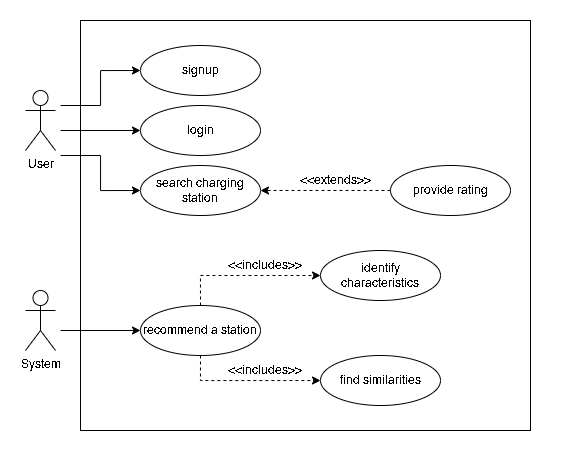
This is documentations/resources/use-case.drawio.png from abhinnaojha013/EVCSRecommendation, a draw.io export, as it was before one commit. Source tidied: cells renumbered, new cells last; positions are measured from the earlier drawing's top-left corner, leaving out a move shared by most shapes.
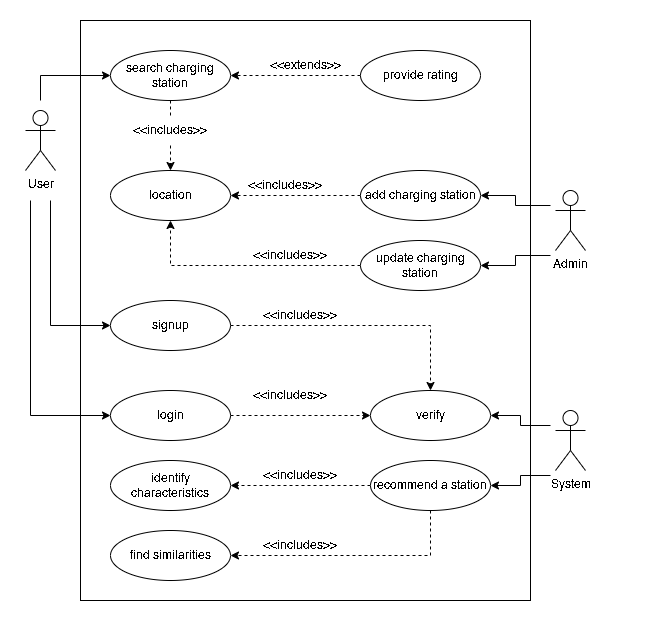
Later version of the same file.

Diff of the diagram source:
```diff
@@ -2,20 +2,26 @@
   <root>
     <mxCell id="0" />
     <mxCell id="1" parent="0" />
-    <mxCell id="2" style="rounded=0;whiteSpace=wrap;html=1;strokeColor=none;" parent="1" vertex="1">
-      <mxGeometry width="560" height="450" as="geometry" />
+    <mxCell id="2" style="rounded=0;whiteSpace=wrap;html=1;strokeColor=none;dashed=1;" parent="1" vertex="1">
+      <mxGeometry width="650" height="620" as="geometry" />
     </mxCell>
     <mxCell id="3" style="rounded=0;whiteSpace=wrap;html=1;" parent="1" vertex="1">
-      <mxGeometry x="80" y="20" width="450" height="410" as="geometry" />
+      <mxGeometry x="80" y="20" width="450" height="580" as="geometry" />
     </mxCell>
+    <mxCell id="27" style="edgeStyle=orthogonalEdgeStyle;rounded=0;jettySize=auto;html=1;exitX=1;exitY=0.5;exitDx=0;exitDy=0;entryX=0;entryY=0.5;entryDx=0;entryDy=0;dashed=1;" parent="1" edge="1" source="4" target="37">
+      <mxGeometry relative="1" as="geometry" />
+    </mxCell>
     <mxCell id="4" value="login" style="ellipse;whiteSpace=wrap;html=1;" parent="1" vertex="1">
-      <mxGeometry x="140" y="105" width="120" height="50" as="geometry" />
+      <mxGeometry x="110" y="390" width="120" height="50" as="geometry" />
     </mxCell>
+    <mxCell id="28" style="edgeStyle=orthogonalEdgeStyle;rounded=0;jettySize=auto;html=1;exitX=1;exitY=0.5;exitDx=0;exitDy=0;entryX=0.5;entryY=0;entryDx=0;entryDy=0;dashed=1;" parent="1" edge="1" source="5" target="37">
+      <mxGeometry relative="1" as="geometry" />
+    </mxCell>
     <mxCell id="5" value="signup" style="ellipse;whiteSpace=wrap;html=1;" parent="1" vertex="1">
-      <mxGeometry x="140" y="45" width="120" height="50" as="geometry" />
+      <mxGeometry x="110" y="300" width="120" height="50" as="geometry" />
     </mxCell>
     <mxCell id="6" style="group;" parent="1" vertex="1">
-      <mxGeometry x="20" y="80" width="40" height="100" as="geometry" />
+      <mxGeometry x="20" y="100" width="40" height="100" as="geometry" />
     </mxCell>
     <mxCell id="7" style="rounded=0;whiteSpace=wrap;html=1;strokeColor=none;" parent="6" vertex="1">
       <mxGeometry width="40" height="100" as="geometry" />
@@ -23,17 +29,20 @@
     <mxCell id="8" value="User" style="shape=umlActor;verticalLabelPosition=bottom;verticalAlign=top;html=1;" parent="6" vertex="1">
       <mxGeometry x="5" y="10" width="30" height="60" as="geometry" />
     </mxCell>
+    <mxCell id="29" style="edgeStyle=orthogonalEdgeStyle;rounded=0;jettySize=auto;html=1;exitX=0.5;exitY=1;exitDx=0;exitDy=0;entryX=0.5;entryY=0;entryDx=0;entryDy=0;dashed=1;startArrow=none;" parent="1" edge="1" source="41" target="34">
+      <mxGeometry relative="1" as="geometry" />
+    </mxCell>
     <mxCell id="9" value="search charging station" style="ellipse;whiteSpace=wrap;html=1;" parent="1" vertex="1">
-      <mxGeometry x="140" y="165" width="120" height="50" as="geometry" />
+      <mxGeometry x="110" y="50" width="120" height="50" as="geometry" />
     </mxCell>
     <mxCell id="10" style="edgeStyle=orthogonalEdgeStyle;rounded=0;jettySize=auto;html=1;exitX=0;exitY=0.5;exitDx=0;exitDy=0;entryX=1;entryY=0.5;entryDx=0;entryDy=0;dashed=1;" parent="1" edge="1" source="11" target="9">
       <mxGeometry relative="1" as="geometry" />
     </mxCell>
     <mxCell id="11" value="provide rating" style="ellipse;whiteSpace=wrap;html=1;" parent="1" vertex="1">
-      <mxGeometry x="390" y="165" width="120" height="50" as="geometry" />
+      <mxGeometry x="360" y="50" width="120" height="50" as="geometry" />
     </mxCell>
     <mxCell id="12" style="group;" parent="1" vertex="1">
-      <mxGeometry x="20" y="280" width="40" height="100" as="geometry" />
+      <mxGeometry x="550" y="400" width="40" height="100" as="geometry" />
     </mxCell>
     <mxCell id="13" style="rounded=0;whiteSpace=wrap;html=1;strokeColor=none;" parent="12" vertex="1">
       <mxGeometry width="40" height="100" as="geometry" />
@@ -41,41 +50,95 @@
     <mxCell id="14" value="System" style="shape=umlActor;verticalLabelPosition=bottom;verticalAlign=top;html=1;" parent="12" vertex="1">
       <mxGeometry x="5" y="10" width="30" height="60" as="geometry" />
     </mxCell>
+    <mxCell id="16" style="edgeStyle=orthogonalEdgeStyle;rounded=0;jettySize=auto;html=1;exitX=0.5;exitY=1;exitDx=0;exitDy=0;entryX=1;entryY=0.5;entryDx=0;entryDy=0;dashed=1;" parent="1" edge="1" source="17" target="19">
+      <mxGeometry relative="1" as="geometry" />
+    </mxCell>
-    <mxCell id="15" style="edgeStyle=orthogonalEdgeStyle;rounded=0;jettySize=auto;html=1;exitX=0.5;exitY=0;exitDx=0;exitDy=0;entryX=0;entryY=0.5;entryDx=0;entryDy=0;dashed=1;" parent="1" edge="1" source="17" target="18">
+    <mxCell id="15" style="edgeStyle=orthogonalEdgeStyle;rounded=0;jettySize=auto;html=1;exitX=0;exitY=0.5;exitDx=0;exitDy=0;dashed=1;" parent="1" edge="1" source="17" target="18">
       <mxGeometry relative="1" as="geometry" />
     </mxCell>
-    <mxCell id="16" style="edgeStyle=orthogonalEdgeStyle;rounded=0;jettySize=auto;html=1;exitX=0.5;exitY=1;exitDx=0;exitDy=0;entryX=0;entryY=0.5;entryDx=0;entryDy=0;dashed=1;" parent="1" edge="1" source="17" target="19">
-      <mxGeometry relative="1" as="geometry" />
-    </mxCell>
     <mxCell id="17" value="recommend a station" style="ellipse;whiteSpace=wrap;html=1;" parent="1" vertex="1">
-      <mxGeometry x="140" y="305" width="120" height="50" as="geometry" />
+      <mxGeometry x="370" y="460" width="120" height="50" as="geometry" />
     </mxCell>
     <mxCell id="18" value="identify characteristics" style="ellipse;whiteSpace=wrap;html=1;" parent="1" vertex="1">
-      <mxGeometry x="320" y="250" width="120" height="50" as="geometry" />
+      <mxGeometry x="110" y="460" width="120" height="50" as="geometry" />
     </mxCell>
     <mxCell id="19" value="find similarities" style="ellipse;whiteSpace=wrap;html=1;" parent="1" vertex="1">
-      <mxGeometry x="320" y="355" width="120" height="50" as="geometry" />
+      <mxGeometry x="110" y="530" width="120" height="50" as="geometry" />
     </mxCell>
     <mxCell id="20" value="&amp;lt;&amp;lt;includes&amp;gt;&amp;gt;" style="text;html=1;strokeColor=none;fillColor=none;align=center;verticalAlign=middle;whiteSpace=wrap;rounded=0;" parent="1" vertex="1">
-      <mxGeometry x="220" y="250" width="90" height="30" as="geometry" />
+      <mxGeometry x="255" y="530" width="90" height="30" as="geometry" />
     </mxCell>
     <mxCell id="21" value="&amp;lt;&amp;lt;includes&amp;gt;&amp;gt;" style="text;html=1;strokeColor=none;fillColor=none;align=center;verticalAlign=middle;whiteSpace=wrap;rounded=0;" parent="1" vertex="1">
-      <mxGeometry x="220" y="355" width="90" height="30" as="geometry" />
+      <mxGeometry x="255" y="460" width="90" height="30" as="geometry" />
     </mxCell>
+    <mxCell id="26" value="&amp;lt;&amp;lt;extends&amp;gt;&amp;gt;" style="text;html=1;strokeColor=none;fillColor=none;align=center;verticalAlign=middle;whiteSpace=wrap;rounded=0;" parent="1" vertex="1">
+      <mxGeometry x="260" y="50" width="90" height="30" as="geometry" />
+    </mxCell>
+    <mxCell id="30" style="edgeStyle=orthogonalEdgeStyle;rounded=0;jettySize=auto;html=1;exitX=0;exitY=0.5;exitDx=0;exitDy=0;entryX=1;entryY=0.5;entryDx=0;entryDy=0;dashed=1;" parent="1" edge="1" source="31" target="34">
+      <mxGeometry relative="1" as="geometry" />
+    </mxCell>
+    <mxCell id="31" value="add charging station" style="ellipse;whiteSpace=wrap;html=1;" parent="1" vertex="1">
+      <mxGeometry x="360" y="170" width="120" height="50" as="geometry" />
+    </mxCell>
+    <mxCell id="32" style="edgeStyle=orthogonalEdgeStyle;rounded=0;jettySize=auto;html=1;exitX=0;exitY=0.5;exitDx=0;exitDy=0;entryX=0.5;entryY=1;entryDx=0;entryDy=0;dashed=1;" parent="1" edge="1" source="33" target="34">
+      <mxGeometry relative="1" as="geometry" />
+    </mxCell>
+    <mxCell id="33" value="update charging station" style="ellipse;whiteSpace=wrap;html=1;" parent="1" vertex="1">
+      <mxGeometry x="360" y="240" width="120" height="50" as="geometry" />
+    </mxCell>
+    <mxCell id="34" value="location" style="ellipse;whiteSpace=wrap;html=1;" parent="1" vertex="1">
+      <mxGeometry x="110" y="170" width="120" height="50" as="geometry" />
+    </mxCell>
+    <mxCell id="35" value="&amp;lt;&amp;lt;includes&amp;gt;&amp;gt;" style="text;html=1;strokeColor=none;fillColor=none;align=center;verticalAlign=middle;whiteSpace=wrap;rounded=0;" parent="1" vertex="1">
+      <mxGeometry x="240" y="170" width="90" height="30" as="geometry" />
+    </mxCell>
+    <mxCell id="36" value="&amp;lt;&amp;lt;includes&amp;gt;&amp;gt;" style="text;html=1;strokeColor=none;fillColor=none;align=center;verticalAlign=middle;whiteSpace=wrap;rounded=0;" parent="1" vertex="1">
+      <mxGeometry x="245" y="240" width="90" height="30" as="geometry" />
+    </mxCell>
+    <mxCell id="37" value="verify" style="ellipse;whiteSpace=wrap;html=1;" parent="1" vertex="1">
+      <mxGeometry x="370" y="390" width="120" height="50" as="geometry" />
+    </mxCell>
+    <mxCell id="38" value="&amp;lt;&amp;lt;includes&amp;gt;&amp;gt;" style="text;html=1;strokeColor=none;fillColor=none;align=center;verticalAlign=middle;whiteSpace=wrap;rounded=0;" parent="1" vertex="1">
+      <mxGeometry x="255" y="300" width="90" height="30" as="geometry" />
+    </mxCell>
+    <mxCell id="39" value="&amp;lt;&amp;lt;includes&amp;gt;&amp;gt;" style="text;html=1;strokeColor=none;fillColor=none;align=center;verticalAlign=middle;whiteSpace=wrap;rounded=0;" parent="1" vertex="1">
+      <mxGeometry x="245" y="380" width="90" height="30" as="geometry" />
+    </mxCell>
+    <mxCell id="40" style="edgeStyle=orthogonalEdgeStyle;rounded=0;jettySize=auto;html=1;exitX=0.5;exitY=1;exitDx=0;exitDy=0;entryX=0.5;entryY=0;entryDx=0;entryDy=0;dashed=1;endArrow=none;" parent="1" edge="1" source="9" target="41">
+      <mxGeometry relative="1" as="geometry" />
+    </mxCell>
+    <mxCell id="41" value="&amp;lt;&amp;lt;includes&amp;gt;&amp;gt;" style="text;html=1;strokeColor=none;fillColor=none;align=center;verticalAlign=middle;whiteSpace=wrap;rounded=0;" parent="1" vertex="1">
+      <mxGeometry x="125" y="115" width="90" height="30" as="geometry" />
+    </mxCell>
+    <mxCell id="23" style="edgeStyle=orthogonalEdgeStyle;rounded=0;jettySize=auto;html=1;exitX=0.25;exitY=1;exitDx=0;exitDy=0;entryX=0;entryY=0.5;entryDx=0;entryDy=0;" parent="1" edge="1" source="7" target="4">
+      <mxGeometry relative="1" as="geometry" />
+    </mxCell>
-    <mxCell id="22" style="edgeStyle=orthogonalEdgeStyle;rounded=0;jettySize=auto;html=1;exitX=1;exitY=0.25;exitDx=0;exitDy=0;entryX=0;entryY=0.5;entryDx=0;entryDy=0;" parent="1" edge="1" source="7" target="5">
+    <mxCell id="22" style="edgeStyle=orthogonalEdgeStyle;rounded=0;jettySize=auto;html=1;exitX=0.75;exitY=1;exitDx=0;exitDy=0;entryX=0;entryY=0.5;entryDx=0;entryDy=0;" parent="1" edge="1" source="7" target="5">
       <mxGeometry relative="1" as="geometry" />
     </mxCell>
-    <mxCell id="23" style="edgeStyle=orthogonalEdgeStyle;rounded=0;jettySize=auto;html=1;exitX=1;exitY=0.5;exitDx=0;exitDy=0;entryX=0;entryY=0.5;entryDx=0;entryDy=0;" parent="1" edge="1" source="7" target="4">
-      <mxGeometry relative="1" as="geometry" />
-    </mxCell>
-    <mxCell id="24" style="edgeStyle=orthogonalEdgeStyle;rounded=0;jettySize=auto;html=1;exitX=1;exitY=0.75;exitDx=0;exitDy=0;entryX=0;entryY=0.5;entryDx=0;entryDy=0;" parent="1" edge="1" source="7" target="9">
+    <mxCell id="24" style="edgeStyle=orthogonalEdgeStyle;rounded=0;jettySize=auto;html=1;exitX=0.5;exitY=0;exitDx=0;exitDy=0;entryX=0;entryY=0.5;entryDx=0;entryDy=0;" parent="1" edge="1" source="7" target="9">
       <mxGeometry relative="1" as="geometry" />
     </mxCell>
+    <mxCell id="42" style="group;" parent="1" vertex="1">
+      <mxGeometry x="550" y="180" width="40" height="100" as="geometry" />
+    </mxCell>
+    <mxCell id="43" style="rounded=0;whiteSpace=wrap;html=1;strokeColor=none;" parent="42" vertex="1">
+      <mxGeometry width="40" height="100" as="geometry" />
+    </mxCell>
+    <mxCell id="44" value="Admin" style="shape=umlActor;verticalLabelPosition=bottom;verticalAlign=top;html=1;" parent="42" vertex="1">
+      <mxGeometry x="5" y="10" width="30" height="60" as="geometry" />
+    </mxCell>
+    <mxCell id="45" style="edgeStyle=orthogonalEdgeStyle;rounded=0;jettySize=auto;html=1;exitX=0;exitY=0.25;exitDx=0;exitDy=0;entryX=1;entryY=0.5;entryDx=0;entryDy=0;" parent="1" edge="1" source="13" target="37">
+      <mxGeometry relative="1" as="geometry" />
+    </mxCell>
-    <mxCell id="25" style="edgeStyle=orthogonalEdgeStyle;rounded=0;jettySize=auto;html=1;exitX=1;exitY=0.5;exitDx=0;exitDy=0;entryX=0;entryY=0.5;entryDx=0;entryDy=0;" parent="1" edge="1" source="13" target="17">
+    <mxCell id="25" style="edgeStyle=orthogonalEdgeStyle;rounded=0;jettySize=auto;html=1;exitX=0;exitY=0.75;exitDx=0;exitDy=0;entryX=1;entryY=0.5;entryDx=0;entryDy=0;" parent="1" edge="1" source="13" target="17">
       <mxGeometry relative="1" as="geometry" />
     </mxCell>
-    <mxCell id="26" value="&amp;lt;&amp;lt;extends&amp;gt;&amp;gt;" style="text;html=1;strokeColor=none;fillColor=none;align=center;verticalAlign=middle;whiteSpace=wrap;rounded=0;" parent="1" vertex="1">
-      <mxGeometry x="290" y="165" width="90" height="30" as="geometry" />
-    </mxCell>
+    <mxCell id="46" style="edgeStyle=orthogonalEdgeStyle;rounded=0;jettySize=auto;html=1;exitX=0;exitY=0.25;exitDx=0;exitDy=0;" parent="1" edge="1" source="43" target="31">
+      <mxGeometry relative="1" as="geometry" />
+    </mxCell>
+    <mxCell id="47" style="edgeStyle=orthogonalEdgeStyle;rounded=0;jettySize=auto;html=1;exitX=0;exitY=0.75;exitDx=0;exitDy=0;" parent="1" edge="1" source="43" target="33">
+      <mxGeometry relative="1" as="geometry" />
+    </mxCell>
   </root>
 </mxGraphModel>
```
